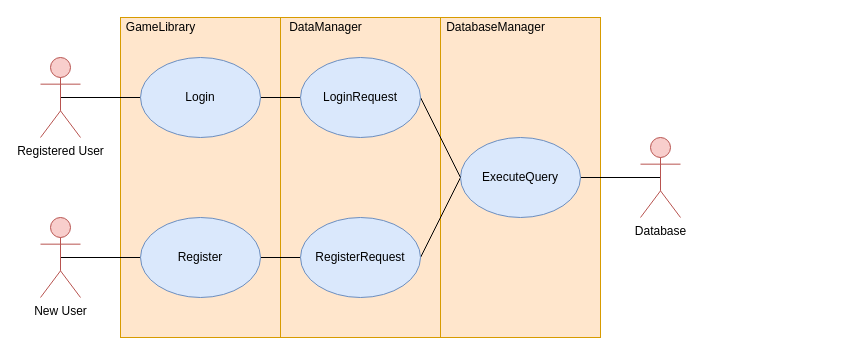
Before: page "Login/Register" (1 of 4) of Documentation/Diagrams/SP3_UMLDiagrams.drawio in LouisRichard/GameLibrary, a draw.io diagram. Source tidied: cells renumbered, new cells numbered last; positions are measured from the earlier drawing's top-left corner, leaving out a move shared by most shapes. Both pictures are drawn from the tidied source at 100%, with x=0, y=0 at pixel (40, 17).
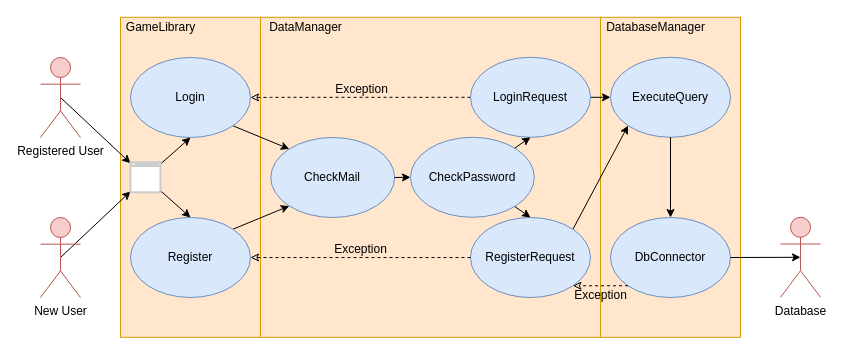
Above is the later version.

The change refers to these unchanged cells:
```xml
<mxCell id="6" value="Registered User" style="shape=umlActor;verticalLabelPosition=bottom;labelBackgroundColor=#ffffff;verticalAlign=top;html=1;outlineConnect=0;fillColor=#f8cecc;strokeColor=#b85450;" parent="1" vertex="1">
  <mxGeometry y="40" width="40" height="80" as="geometry" />
</mxCell>
<mxCell id="8" value="New User" style="shape=umlActor;verticalLabelPosition=bottom;labelBackgroundColor=#ffffff;verticalAlign=top;html=1;outlineConnect=0;fillColor=#f8cecc;strokeColor=#b85450;" parent="1" vertex="1">
  <mxGeometry y="200" width="40" height="80" as="geometry" />
</mxCell>
```

Change to the diagram source:
```diff
@@
     <mxCell id="2" style="rounded=0;whiteSpace=wrap;html=1;fillColor=#ffe6cc;strokeColor=#d79b00;" parent="1" vertex="1">
-      <mxGeometry x="80" width="160" height="320" as="geometry" />
+      <mxGeometry x="80" y="-0.2" width="140" height="320" as="geometry" />
     </mxCell>
+    <mxCell id="23" style="group;" parent="1" vertex="1">
+      <mxGeometry x="560" y="-0.2" width="160" height="320" as="geometry" />
+    </mxCell>
+    <mxCell id="24" style="group;" parent="23" vertex="1">
+      <mxGeometry width="160" height="320" as="geometry" />
+    </mxCell>
+    <mxCell id="4" style="rounded=0;whiteSpace=wrap;html=1;fillColor=#ffe6cc;strokeColor=#d79b00;" parent="24" vertex="1">
+      <mxGeometry width="140" height="320" as="geometry" />
+    </mxCell>
+    <mxCell id="17" value="DatabaseManager" style="text;html=1;align=center;verticalAlign=middle;" parent="24" vertex="1">
+      <mxGeometry width="110" height="20" as="geometry" />
+    </mxCell>
+    <mxCell id="25" value="DbConnector" style="ellipse;whiteSpace=wrap;html=1;fillColor=#dae8fc;strokeColor=#6c8ebf;" parent="24" vertex="1">
+      <mxGeometry x="10" y="200.2" width="120" height="80" as="geometry" />
+    </mxCell>
+    <mxCell id="19" value="ExecuteQuery" style="ellipse;whiteSpace=wrap;html=1;fillColor=#dae8fc;strokeColor=#6c8ebf;" parent="24" vertex="1">
+      <mxGeometry x="10" y="40" width="120" height="80" as="geometry" />
+    </mxCell>
+    <mxCell id="26" style="edgeStyle=orthogonalEdgeStyle;rounded=0;jettySize=auto;html=1;exitX=0.5;exitY=1;exitDx=0;exitDy=0;entryX=0.5;entryY=0;entryDx=0;entryDy=0;startArrow=none;startFill=0;endArrow=classic;endFill=1;" parent="24" edge="1" source="19" target="25">
+      <mxGeometry relative="1" as="geometry" />
+    </mxCell>
     <mxCell id="3" style="rounded=0;whiteSpace=wrap;html=1;fillColor=#ffe6cc;strokeColor=#d79b00;" parent="1" vertex="1">
-      <mxGeometry x="240" width="160" height="320" as="geometry" />
+      <mxGeometry x="220" y="-0.2" width="340" height="320" as="geometry" />
     </mxCell>
-    <mxCell id="4" style="rounded=0;whiteSpace=wrap;html=1;fillColor=#ffe6cc;strokeColor=#d79b00;" parent="1" vertex="1">
-      <mxGeometry x="400" width="160" height="320" as="geometry" />
-    </mxCell>
+    <mxCell id="27" value="CheckMail" style="ellipse;whiteSpace=wrap;html=1;fillColor=#dae8fc;strokeColor=#6c8ebf;" parent="1" vertex="1">
+      <mxGeometry x="230.3" y="120" width="123.8" height="80" as="geometry" />
+    </mxCell>
+    <mxCell id="28" value="CheckPassword" style="ellipse;whiteSpace=wrap;html=1;fillColor=#dae8fc;strokeColor=#6c8ebf;" parent="1" vertex="1">
+      <mxGeometry x="370" y="119.8" width="123.8" height="80" as="geometry" />
+    </mxCell>
-    <mxCell id="5" style="rounded=1;jettySize=auto;html=1;exitX=0.5;exitY=0.5;exitDx=0;exitDy=0;exitPerimeter=0;entryX=0;entryY=0.5;entryDx=0;entryDy=0;endArrow=none;endFill=0;" parent="1" edge="1" source="6" target="13">
+    <mxCell id="5" style="rounded=1;jettySize=auto;html=1;exitX=0.5;exitY=0.5;exitDx=0;exitDy=0;exitPerimeter=0;endArrow=classic;endFill=1;" parent="1" edge="1" source="6" target="42">
       <mxGeometry relative="1" as="geometry" />
     </mxCell>
@@
-    <mxCell id="7" style="rounded=1;jettySize=auto;html=1;exitX=0.5;exitY=0.5;exitDx=0;exitDy=0;exitPerimeter=0;entryX=0;entryY=0.5;entryDx=0;entryDy=0;endArrow=none;endFill=0;" parent="1" edge="1" source="8" target="11">
+    <mxCell id="7" style="rounded=1;jettySize=auto;html=1;exitX=0.5;exitY=0.5;exitDx=0;exitDy=0;exitPerimeter=0;endArrow=classic;endFill=1;" parent="1" edge="1" source="8" target="42">
       <mxGeometry relative="1" as="geometry" />
     </mxCell>
@@
-    <mxCell id="9" value="GameLibrary" style="text;html=1;align=center;verticalAlign=middle;" parent="1" vertex="1">
-      <mxGeometry x="80" width="80" height="20" as="geometry" />
-    </mxCell>
-    <mxCell id="10" style="rounded=1;jettySize=auto;html=1;exitX=1;exitY=0.5;exitDx=0;exitDy=0;entryX=0;entryY=0.5;entryDx=0;entryDy=0;endArrow=none;endFill=0;" parent="1" edge="1" source="11" target="16">
-      <mxGeometry relative="1" as="geometry" />
-    </mxCell>
+    <mxCell id="29" style="edgeStyle=none;rounded=0;jettySize=auto;html=1;exitX=1;exitY=0;exitDx=0;exitDy=0;entryX=0;entryY=1;entryDx=0;entryDy=0;startArrow=none;startFill=0;endArrow=classic;endFill=1;" parent="1" edge="1" source="11" target="27">
+      <mxGeometry relative="1" as="geometry" />
+    </mxCell>
     <mxCell id="11" value="Register" style="ellipse;whiteSpace=wrap;html=1;fillColor=#dae8fc;strokeColor=#6c8ebf;" parent="1" vertex="1">
-      <mxGeometry x="100" y="200" width="120" height="80" as="geometry" />
+      <mxGeometry x="90" y="200" width="120" height="80" as="geometry" />
     </mxCell>
-    <mxCell id="12" style="rounded=1;jettySize=auto;html=1;exitX=1;exitY=0.5;exitDx=0;exitDy=0;endArrow=none;endFill=0;" parent="1" edge="1" source="13" target="22">
-      <mxGeometry relative="1" as="geometry" />
-    </mxCell>
+    <mxCell id="30" style="rounded=0;jettySize=auto;html=1;exitX=1;exitY=1;exitDx=0;exitDy=0;entryX=0;entryY=0;entryDx=0;entryDy=0;startArrow=none;startFill=0;endArrow=classic;endFill=1;" parent="1" edge="1" source="13" target="27">
+      <mxGeometry relative="1" as="geometry" />
+    </mxCell>
     <mxCell id="13" value="Login" style="ellipse;whiteSpace=wrap;html=1;fillColor=#dae8fc;strokeColor=#6c8ebf;" parent="1" vertex="1">
-      <mxGeometry x="100" y="40" width="120" height="80" as="geometry" />
+      <mxGeometry x="90" y="40" width="120" height="80" as="geometry" />
     </mxCell>
-    <mxCell id="14" value="DataManager" style="text;html=1;align=center;verticalAlign=middle;" parent="1" vertex="1">
-      <mxGeometry x="240" width="90" height="20" as="geometry" />
-    </mxCell>
-    <mxCell id="15" style="rounded=1;jettySize=auto;html=1;exitX=1;exitY=0.5;exitDx=0;exitDy=0;entryX=0;entryY=0.5;entryDx=0;entryDy=0;endArrow=none;endFill=0;" parent="1" edge="1" source="16" target="19">
+    <mxCell id="15" style="rounded=1;jettySize=auto;html=1;exitX=1;exitY=0;exitDx=0;exitDy=0;entryX=0;entryY=1;entryDx=0;entryDy=0;endArrow=classic;endFill=1;" parent="1" edge="1" source="16" target="19">
       <mxGeometry relative="1" as="geometry" />
     </mxCell>
-    <mxCell id="16" value="RegisterRequest" style="ellipse;whiteSpace=wrap;html=1;fillColor=#dae8fc;strokeColor=#6c8ebf;" parent="1" vertex="1">
-      <mxGeometry x="260" y="200" width="120" height="80" as="geometry" />
-    </mxCell>
-    <mxCell id="17" value="DatabaseManager" style="text;html=1;align=center;verticalAlign=middle;" parent="1" vertex="1">
-      <mxGeometry x="400" width="110" height="20" as="geometry" />
-    </mxCell>
-    <mxCell id="18" style="rounded=0;jettySize=auto;html=1;exitX=1;exitY=0.5;exitDx=0;exitDy=0;entryX=0.5;entryY=0.5;entryDx=0;entryDy=0;entryPerimeter=0;endArrow=none;endFill=0;" parent="1" edge="1" source="19" target="20">
+    <mxCell id="18" style="rounded=0;jettySize=auto;html=1;exitX=1;exitY=0.5;exitDx=0;exitDy=0;entryX=0.5;entryY=0.5;entryDx=0;entryDy=0;entryPerimeter=0;endArrow=classic;endFill=1;" parent="1" edge="1" source="25" target="20">
       <mxGeometry relative="1" as="geometry" />
     </mxCell>
-    <mxCell id="19" value="ExecuteQuery" style="ellipse;whiteSpace=wrap;html=1;fillColor=#dae8fc;strokeColor=#6c8ebf;" parent="1" vertex="1">
-      <mxGeometry x="420" y="120" width="120" height="80" as="geometry" />
-    </mxCell>
     <mxCell id="20" value="Database" style="shape=umlActor;verticalLabelPosition=bottom;labelBackgroundColor=#ffffff;verticalAlign=top;html=1;outlineConnect=0;fillColor=#f8cecc;strokeColor=#b85450;" parent="1" vertex="1">
-      <mxGeometry x="600" y="120" width="40" height="80" as="geometry" />
+      <mxGeometry x="740" y="199.8" width="40" height="80" as="geometry" />
     </mxCell>
-    <mxCell id="21" style="rounded=1;jettySize=auto;html=1;exitX=1;exitY=0.5;exitDx=0;exitDy=0;entryX=0;entryY=0.5;entryDx=0;entryDy=0;endArrow=none;endFill=0;" parent="1" edge="1" source="22" target="19">
+    <mxCell id="21" style="rounded=1;jettySize=auto;html=1;exitX=1;exitY=0.5;exitDx=0;exitDy=0;entryX=0;entryY=0.5;entryDx=0;entryDy=0;endArrow=classic;endFill=1;" parent="1" edge="1" source="22" target="19">
       <mxGeometry relative="1" as="geometry" />
     </mxCell>
+    <mxCell id="31" style="endArrow=classic;html=1;edgeStyle=orthogonalEdgeStyle;exitX=0;exitY=0.5;exitDx=0;exitDy=0;endFill=0;startArrow=none;startFill=0;rounded=1;dashed=1;entryX=1;entryY=0.5;entryDx=0;entryDy=0;" parent="1" edge="1" source="22" target="13">
+      <mxGeometry relative="1" as="geometry">
+        <Array as="points">
+          <mxPoint x="240" y="80" />
+          <mxPoint x="240" y="80" />
+        </Array>
+      </mxGeometry>
+    </mxCell>
+    <mxCell id="32" value="Exception" style="text;html=1;align=center;verticalAlign=middle;labelBackgroundColor=none;" parent="31" vertex="1">
+      <mxGeometry x="0.09" y="-1" relative="1" as="geometry">
+        <mxPoint x="10" y="-7.8" as="offset" />
+      </mxGeometry>
+    </mxCell>
+    <mxCell id="16" value="RegisterRequest" style="ellipse;whiteSpace=wrap;html=1;fillColor=#dae8fc;strokeColor=#6c8ebf;" parent="1" vertex="1">
+      <mxGeometry x="430" y="200" width="120" height="80" as="geometry" />
+    </mxCell>
     <mxCell id="22" value="LoginRequest" style="ellipse;whiteSpace=wrap;html=1;fillColor=#dae8fc;strokeColor=#6c8ebf;" parent="1" vertex="1">
-      <mxGeometry x="260" y="40" width="120" height="80" as="geometry" />
+      <mxGeometry x="430" y="39.8" width="120" height="80" as="geometry" />
     </mxCell>
+    <mxCell id="33" style="edgeStyle=none;rounded=0;jettySize=auto;html=1;entryX=0.5;entryY=1;entryDx=0;entryDy=0;startArrow=none;startFill=0;endArrow=classic;endFill=1;" parent="1" edge="1" source="28" target="22">
+      <mxGeometry relative="1" as="geometry" />
+    </mxCell>
+    <mxCell id="34" style="edgeStyle=none;rounded=0;jettySize=auto;html=1;entryX=0.5;entryY=0;entryDx=0;entryDy=0;startArrow=none;startFill=0;endArrow=classic;endFill=1;" parent="1" edge="1" source="28" target="16">
+      <mxGeometry relative="1" as="geometry" />
+    </mxCell>
+    <mxCell id="14" value="DataManager" style="text;html=1;align=center;verticalAlign=middle;" parent="1" vertex="1">
+      <mxGeometry x="220" y="-0.2" width="90" height="20" as="geometry" />
+    </mxCell>
+    <mxCell id="35" style="edgeStyle=none;rounded=0;jettySize=auto;html=1;exitX=1;exitY=0.5;exitDx=0;exitDy=0;entryX=0;entryY=0.5;entryDx=0;entryDy=0;startArrow=none;startFill=0;endArrow=classic;endFill=1;" parent="1" edge="1" source="27" target="28">
+      <mxGeometry relative="1" as="geometry" />
+    </mxCell>
+    <mxCell id="36" style="edgeStyle=none;jettySize=auto;html=1;exitX=0;exitY=1;exitDx=0;exitDy=0;entryX=1;entryY=1;entryDx=0;entryDy=0;startArrow=none;startFill=0;endArrow=classic;endFill=0;rounded=1;dashed=1;" parent="1" edge="1" source="25" target="16">
+      <mxGeometry relative="1" as="geometry" />
+    </mxCell>
+    <mxCell id="37" value="Exception" style="text;html=1;align=center;verticalAlign=middle;labelBackgroundColor=none;" parent="36" vertex="1">
+      <mxGeometry x="0.29" y="-1" relative="1" as="geometry">
+        <mxPoint x="7.7" y="10" as="offset" />
+      </mxGeometry>
+    </mxCell>
+    <mxCell id="38" style="edgeStyle=none;jettySize=auto;html=1;exitX=0;exitY=0.5;exitDx=0;exitDy=0;entryX=1;entryY=0.5;entryDx=0;entryDy=0;startArrow=none;startFill=0;endArrow=classic;endFill=0;rounded=1;dashed=1;" parent="1" edge="1" source="16" target="11">
+      <mxGeometry relative="1" as="geometry">
+        <Array as="points">
+          <mxPoint x="330" y="240" />
+        </Array>
+      </mxGeometry>
+    </mxCell>
+    <mxCell id="39" value="Exception" style="text;html=1;align=center;verticalAlign=middle;labelBackgroundColor=none;" parent="38" vertex="1">
+      <mxGeometry x="0.29" y="-1" relative="1" as="geometry">
+        <mxPoint x="31.4" y="-8" as="offset" />
+      </mxGeometry>
+    </mxCell>
+    <mxCell id="40" style="endArrow=classic;html=1;entryX=0.5;entryY=0;entryDx=0;entryDy=0;" parent="1" edge="1" source="42" target="11">
+      <mxGeometry relative="1" as="geometry" />
+    </mxCell>
+    <mxCell id="41" style="endArrow=classic;html=1;entryX=0.5;entryY=1;entryDx=0;entryDy=0;" parent="1" edge="1" source="42" target="13">
+      <mxGeometry relative="1" as="geometry" />
+    </mxCell>
+    <mxCell id="9" value="GameLibrary" style="text;html=1;align=center;verticalAlign=middle;" parent="1" vertex="1">
+      <mxGeometry x="80" y="-0.2" width="80" height="20" as="geometry" />
+    </mxCell>
+    <mxCell id="42" style="html=1;verticalLabelPosition=bottom;align=center;labelBackgroundColor=#ffffff;verticalAlign=top;strokeWidth=2;strokeColor=#CCCCCC;shadow=0;dashed=0;shape=mxgraph.ios7.icons.window;" parent="1" vertex="1">
+      <mxGeometry x="90" y="144.8" width="30" height="30" as="geometry" />
+    </mxCell>
```
